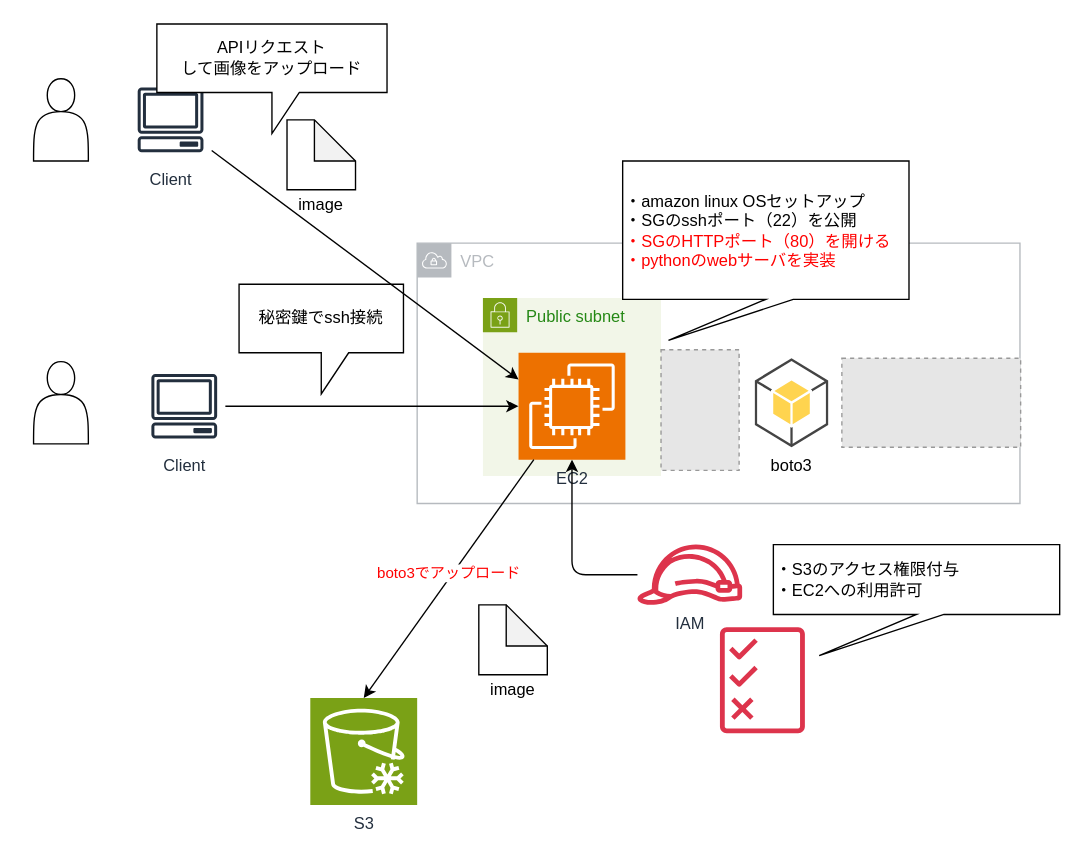
Above: page "【linux】AWS上にweb APIサーバ構築" (5 of 6) of lesson/infra/architecture.drawio in tsuda-2929/portfolio-infra (draw.io), before the change. Source tidied: cells renumbered, new cells numbered last; positions are measured from the earlier drawing's top-left corner, leaving out a move shared by most shapes. Both pictures are drawn from the tidied source at 137%, with x=0, y=0 at pixel (33, 23). Pictures stored in the file or linked from it are replaced by grey dashed boxes.
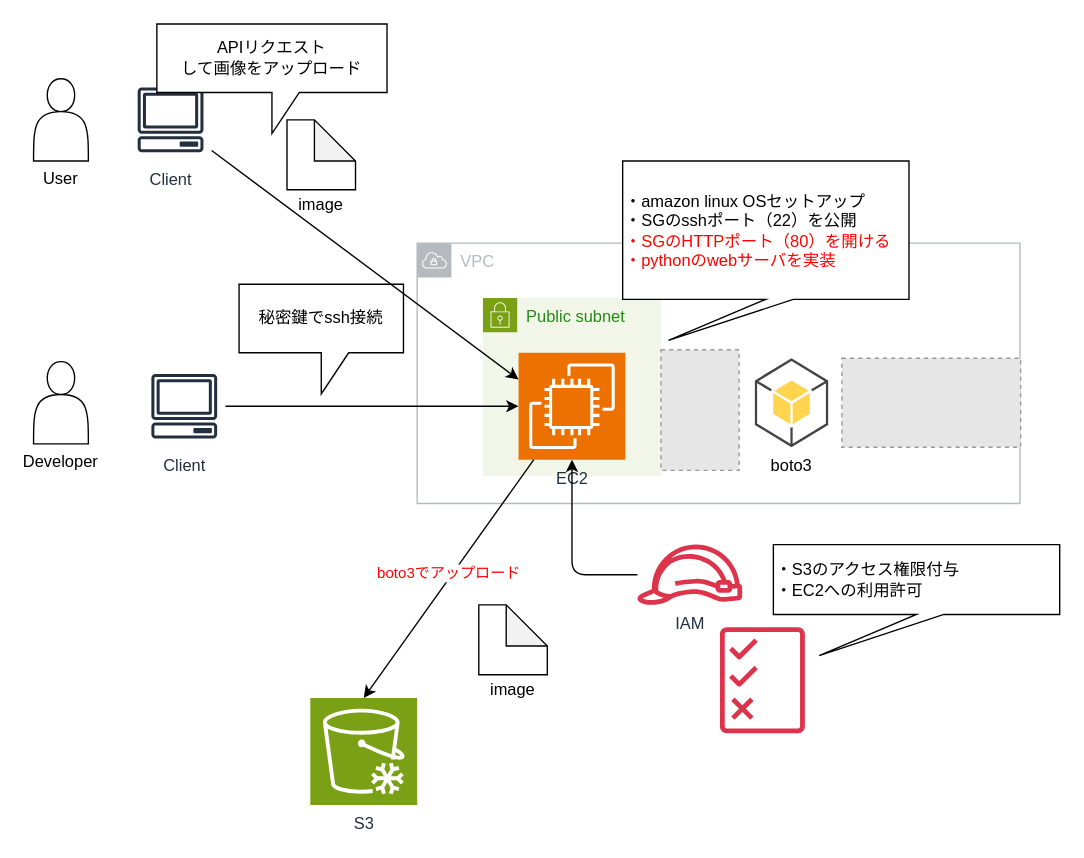
The same page after the edit.

The edit, as a diff of the source:
```diff
@@
-    <mxCell id="5" style="shape=actor;whiteSpace=wrap;html=1;" parent="1" vertex="1">
+    <mxCell id="5" value="&lt;br&gt;&lt;br&gt;&lt;br&gt;&lt;br&gt;&lt;br&gt;&lt;br&gt;Developer" style="shape=actor;whiteSpace=wrap;html=1;" parent="1" vertex="1">
       <mxGeometry y="246.5" width="40" height="60" as="geometry" />
     </mxCell>
@@
-    <mxCell id="21" style="shape=actor;whiteSpace=wrap;html=1;" parent="1" vertex="1">
+    <mxCell id="21" value="&lt;br&gt;&lt;br&gt;&lt;br&gt;&lt;br&gt;&lt;br&gt;&lt;br&gt;User" style="shape=actor;whiteSpace=wrap;html=1;" parent="1" vertex="1">
       <mxGeometry y="40" width="40" height="60" as="geometry" />
     </mxCell>
```
